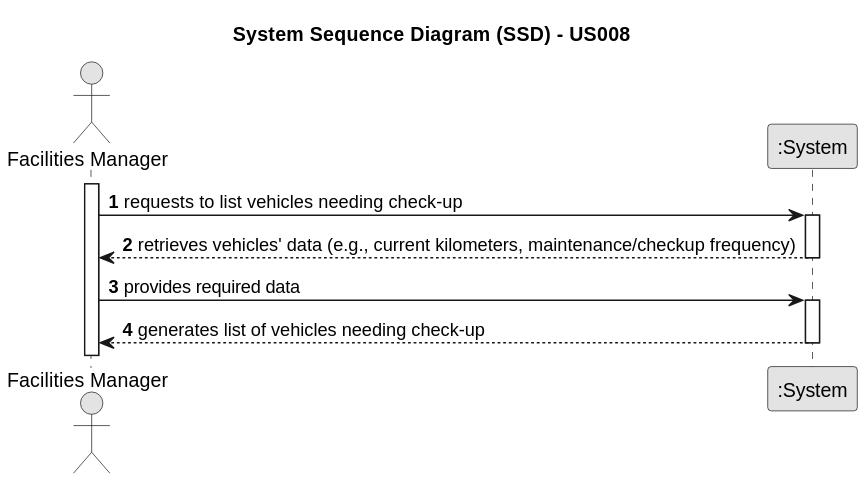
Earlier version of the PlantUML export docs/sprintA/us008/01.requirements-engineering/svg/us008-system-sequence-diagram-alternative-one.svg (ricardomm7/leaflink). Source of this version:
```plantuml
@startuml
skinparam monochrome true
skinparam packageStyle rectangle
skinparam shadowing false

title System Sequence Diagram (SSD) - US008

autonumber

actor "Facilities Manager" as FM
participant ":System" as System

activate FM

    FM -> System : requests to list vehicles needing check-up
    activate System

        System --> FM : retrieves vehicles' data (e.g., current kilometers, maintenance/checkup frequency)
    deactivate System

    FM -> System : provides required data
    activate System

        System --> FM : generates list of vehicles needing check-up
    deactivate System
@enduml
```
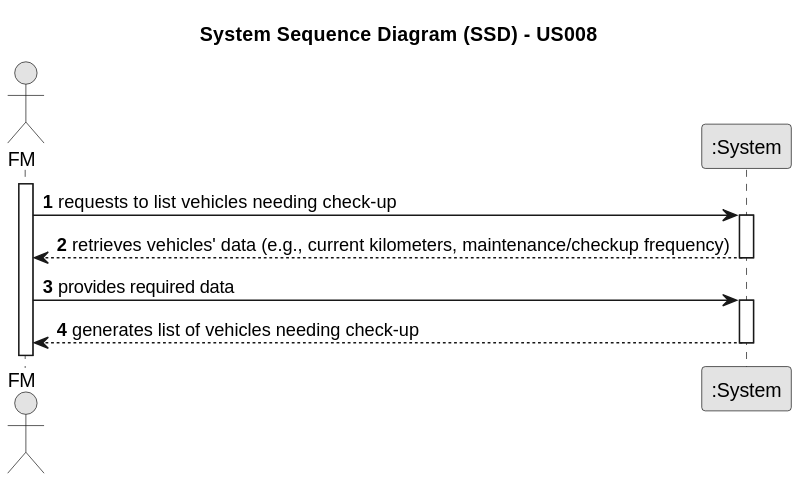
Later version of the same file.

What changed in the source:
```diff
@@ -7,7 +7,7 @@
 
 autonumber
 
-actor "Facilities Manager" as FM
+actor "FM" as FM
 participant ":System" as System
 
 activate FM
```
